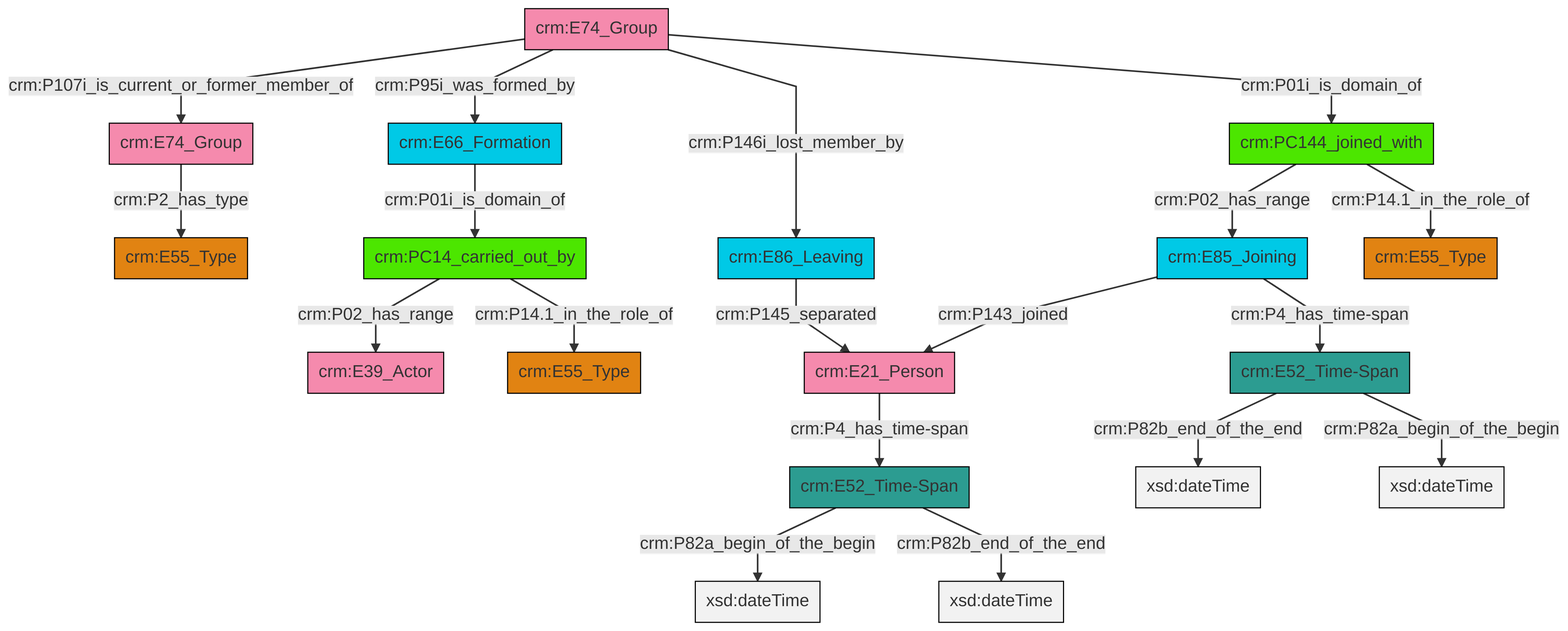
swiss-art-research-net/docs.swissartresearch keeps this Mermaid diagram as et/groupCSV/ttl/mmd/png/group_actor_relations.png. Above is the earlier version. Its source is kept beside it as et/groupCSV/ttl/mmd/group_actor_relations.ttl.mmd.
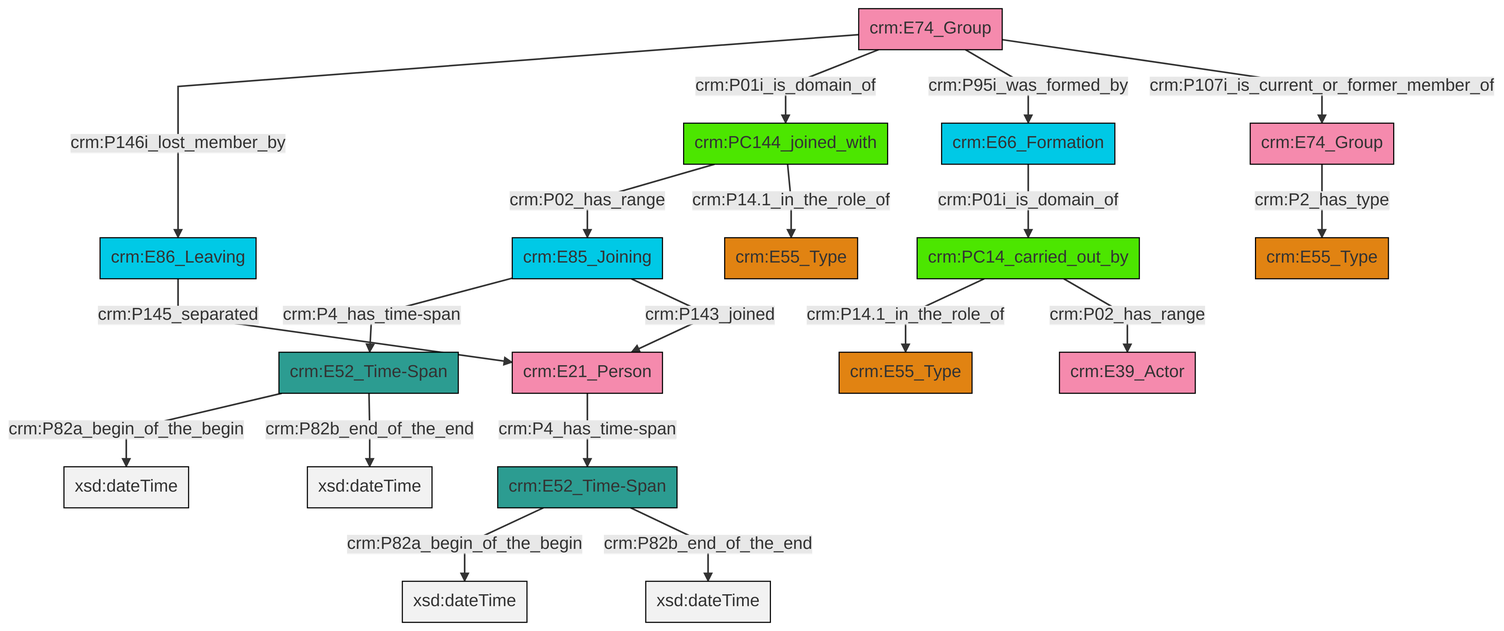
Above is the later version.

What changed in the source:
```diff
@@ -13,21 +13,21 @@
 classDef PC_Classes fill:#4ce600, stroke:#000000;
 classDef Multi fill:#cccccc,stroke:#000000;
 
-0["crm:E85_Joining"]:::Temporal_Entity -->|crm:P143_joined| 1["crm:E21_Person"]:::Actor
-2["crm:E74_Group"]:::Actor -->|crm:P107i_is_current_or_former_member_of| 3["crm:E74_Group"]:::Actor
-2["crm:E74_Group"]:::Actor -->|crm:P95i_was_formed_by| 4["crm:E66_Formation"]:::Temporal_Entity
-3["crm:E74_Group"]:::Actor -->|crm:P2_has_type| 6["crm:E55_Type"]:::Type
-4["crm:E66_Formation"]:::Temporal_Entity -->|crm:P01i_is_domain_of| 7["crm:PC14_carried_out_by"]:::PC_Classes
-8["crm:E52_Time-Span"]:::Time-Span -->|crm:P82a_begin_of_the_begin| 9[xsd:dateTime]:::Literal
-7["crm:PC14_carried_out_by"]:::PC_Classes -->|crm:P02_has_range| 13["crm:E39_Actor"]:::Actor
-14["crm:E86_Leaving"]:::Temporal_Entity -->|crm:P145_separated| 1["crm:E21_Person"]:::Actor
-15["crm:E52_Time-Span"]:::Time-Span -->|crm:P82b_end_of_the_end| 16[xsd:dateTime]:::Literal
-7["crm:PC14_carried_out_by"]:::PC_Classes -->|crm:P14.1_in_the_role_of| 21["crm:E55_Type"]:::Type
-2["crm:E74_Group"]:::Actor -->|crm:P146i_lost_member_by| 14["crm:E86_Leaving"]:::Temporal_Entity
-2["crm:E74_Group"]:::Actor -->|crm:P01i_is_domain_of| 11["crm:PC144_joined_with"]:::PC_Classes
-8["crm:E52_Time-Span"]:::Time-Span -->|crm:P82b_end_of_the_end| 24[xsd:dateTime]:::Literal
-0["crm:E85_Joining"]:::Temporal_Entity -->|crm:P4_has_time-span| 15["crm:E52_Time-Span"]:::Time-Span
-15["crm:E52_Time-Span"]:::Time-Span -->|crm:P82a_begin_of_the_begin| 29[xsd:dateTime]:::Literal
-11["crm:PC144_joined_with"]:::PC_Classes -->|crm:P02_has_range| 0["crm:E85_Joining"]:::Temporal_Entity
-1["crm:E21_Person"]:::Actor -->|crm:P4_has_time-span| 8["crm:E52_Time-Span"]:::Time-Span
-11["crm:PC144_joined_with"]:::PC_Classes -->|crm:P14.1_in_the_role_of| 19["crm:E55_Type"]:::Type
+0["crm:E74_Group"]:::Actor -->|crm:P146i_lost_member_by| 1["crm:E86_Leaving"]:::Temporal_Entity
+2["crm:E52_Time-Span"]:::Time-Span -->|crm:P82a_begin_of_the_begin| 3[xsd:dateTime]:::Literal
+5["crm:E74_Group"]:::Actor -->|crm:P2_has_type| 6["crm:E55_Type"]:::Type
+0["crm:E74_Group"]:::Actor -->|crm:P01i_is_domain_of| 7["crm:PC144_joined_with"]:::PC_Classes
+2["crm:E52_Time-Span"]:::Time-Span -->|crm:P82b_end_of_the_end| 11[xsd:dateTime]:::Literal
+0["crm:E74_Group"]:::Actor -->|crm:P95i_was_formed_by| 12["crm:E66_Formation"]:::Temporal_Entity
+19["crm:PC14_carried_out_by"]:::PC_Classes -->|crm:P14.1_in_the_role_of| 17["crm:E55_Type"]:::Type
+7["crm:PC144_joined_with"]:::PC_Classes -->|crm:P02_has_range| 15["crm:E85_Joining"]:::Temporal_Entity
+15["crm:E85_Joining"]:::Temporal_Entity -->|crm:P4_has_time-span| 2["crm:E52_Time-Span"]:::Time-Span
+22["crm:E21_Person"]:::Actor -->|crm:P4_has_time-span| 20["crm:E52_Time-Span"]:::Time-Span
+0["crm:E74_Group"]:::Actor -->|crm:P107i_is_current_or_former_member_of| 5["crm:E74_Group"]:::Actor
+7["crm:PC144_joined_with"]:::PC_Classes -->|crm:P14.1_in_the_role_of| 9["crm:E55_Type"]:::Type
+20["crm:E52_Time-Span"]:::Time-Span -->|crm:P82a_begin_of_the_begin| 25[xsd:dateTime]:::Literal
+15["crm:E85_Joining"]:::Temporal_Entity -->|crm:P143_joined| 22["crm:E21_Person"]:::Actor
+1["crm:E86_Leaving"]:::Temporal_Entity -->|crm:P145_separated| 22["crm:E21_Person"]:::Actor
+12["crm:E66_Formation"]:::Temporal_Entity -->|crm:P01i_is_domain_of| 19["crm:PC14_carried_out_by"]:::PC_Classes
+20["crm:E52_Time-Span"]:::Time-Span -->|crm:P82b_end_of_the_end| 29[xsd:dateTime]:::Literal
+19["crm:PC14_carried_out_by"]:::PC_Classes -->|crm:P02_has_range| 31["crm:E39_Actor"]:::Actor
```
